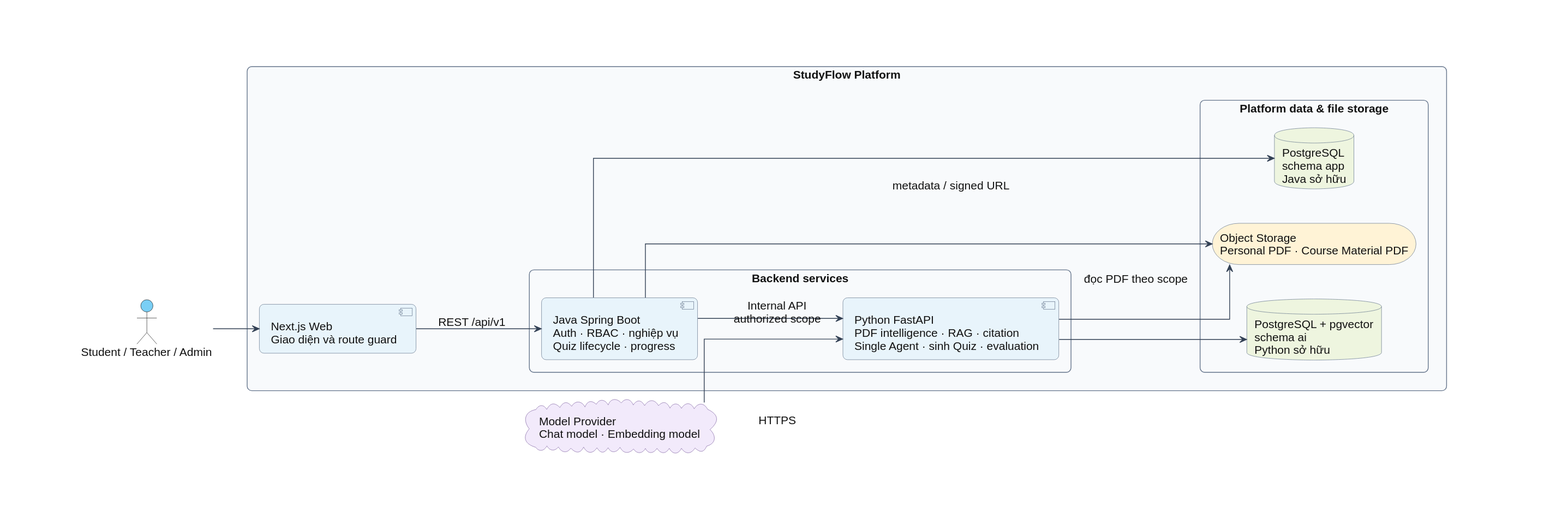
Above: docs/diagrams/chuong-3/component-01-kien-truc-he-thong.svg in bch7504/DATN (PlantUML), before the change.
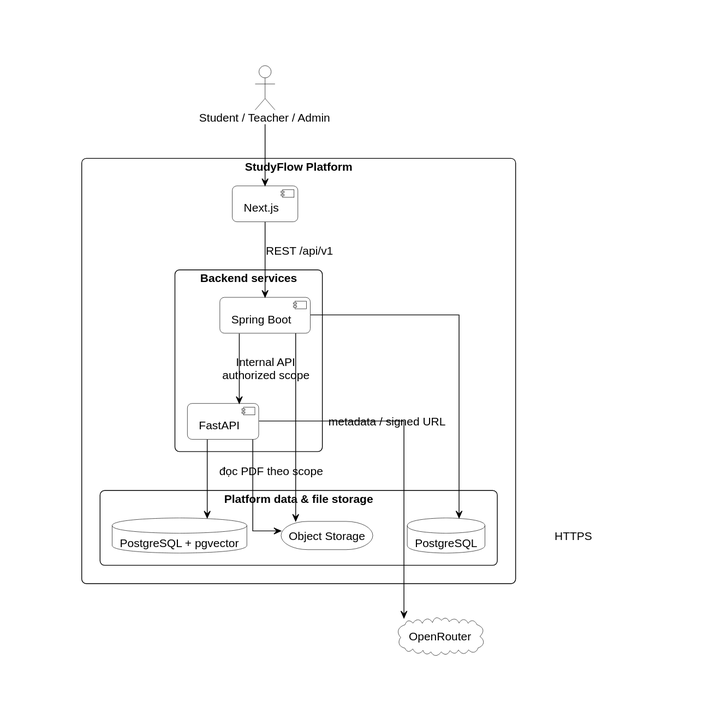
After the change.

Commit message:
docs(diagrams): simplify layered component architecture

Diff of the diagram source:
```diff
@@ -2,8 +2,8 @@
 skinparam backgroundColor white
 skinparam defaultFontName Arial
 skinparam defaultFontSize 15
-skinparam defaultFontColor #111111
-skinparam ArrowColor #334155
+skinparam defaultFontColor #000000
+skinparam ArrowColor #000000
 skinparam shadowing false
 skinparam linetype ortho
 skinparam nodesep 45
@@ -11,46 +11,50 @@
 skinparam roundcorner 12
 skinparam PackageStyle rectangle
 skinparam PackagePadding 34
-skinparam RectangleBorderColor #64748B
-skinparam RectangleBackgroundColor #F8FAFC
-skinparam ComponentBorderColor #64748B
-skinparam ComponentBackgroundColor #E8F4FB
-skinparam DatabaseBorderColor #64748B
-skinparam DatabaseBackgroundColor #EEF5DF
-skinparam StorageBorderColor #64748B
-skinparam StorageBackgroundColor #FFF3D6
-skinparam CloudBorderColor #8064A2
-skinparam CloudBackgroundColor #F2EAFB
-skinparam ActorBackgroundColor #7ACFF5
-skinparam ActorBorderColor #222222
-left to right direction
+skinparam RectangleBorderColor #000000
+skinparam RectangleBackgroundColor #FFFFFF
+skinparam ComponentBorderColor #000000
+skinparam ComponentBackgroundColor #FFFFFF
+skinparam DatabaseBorderColor #000000
+skinparam DatabaseBackgroundColor #FFFFFF
+skinparam StorageBorderColor #000000
+skinparam StorageBackgroundColor #FFFFFF
+skinparam CloudBorderColor #000000
+skinparam CloudBackgroundColor #FFFFFF
+skinparam ActorBackgroundColor #FFFFFF
+skinparam ActorBorderColor #000000
+top to bottom direction
 
 actor "Student / Teacher / Admin" as user
 
 rectangle "StudyFlow Platform" as platform {
-  component "Next.js Web\nGiao diện và route guard" as web
+  component "Next.js" as web
 
   rectangle "Backend services" as backend {
-    component "Java Spring Boot\nAuth · RBAC · nghiệp vụ\nQuiz lifecycle · progress" as java
-    component "Python FastAPI\nPDF intelligence · RAG · citation\nSingle Agent · sinh Quiz · evaluation" as ai
+    component "Spring Boot" as java
+    component "FastAPI" as ai
   }
 
   rectangle "Platform data & file storage" as data {
-    database "PostgreSQL\nschema app\nJava sở hữu" as appdb
-    database "PostgreSQL + pgvector\nschema ai\nPython sở hữu" as aidb
-    storage "Object Storage\nPersonal PDF · Course Material PDF" as storage
+    database "PostgreSQL" as appdb
+    database "PostgreSQL + pgvector" as aidb
+    storage "Object Storage" as storage
   }
 
-  web --> java : REST /api/v1
-  java --> ai : Internal API\nauthorized scope
-  java --> appdb
-  ai --> aidb
-  java --> storage : metadata / signed URL
-  ai --> storage : đọc PDF theo scope
+  web -down-> java : REST /api/v1
+  java -down-> ai : Internal API\nauthorized scope
+  java -down-> appdb
+  ai -down-> aidb
+  java -down-> storage : metadata / signed URL
+  ai -down-> storage : đọc PDF theo scope
+
+  appdb -[hidden]right-> aidb
+  aidb -[hidden]right-> storage
 }
 
-cloud "Model Provider\nChat model · Embedding model" as model
+cloud "OpenRouter" as model
 
-user --> web
-model -down-> ai : HTTPS
+user -down-> web
+storage -[hidden]down-> model
+ai -down-> model : HTTPS
 @enduml
```
